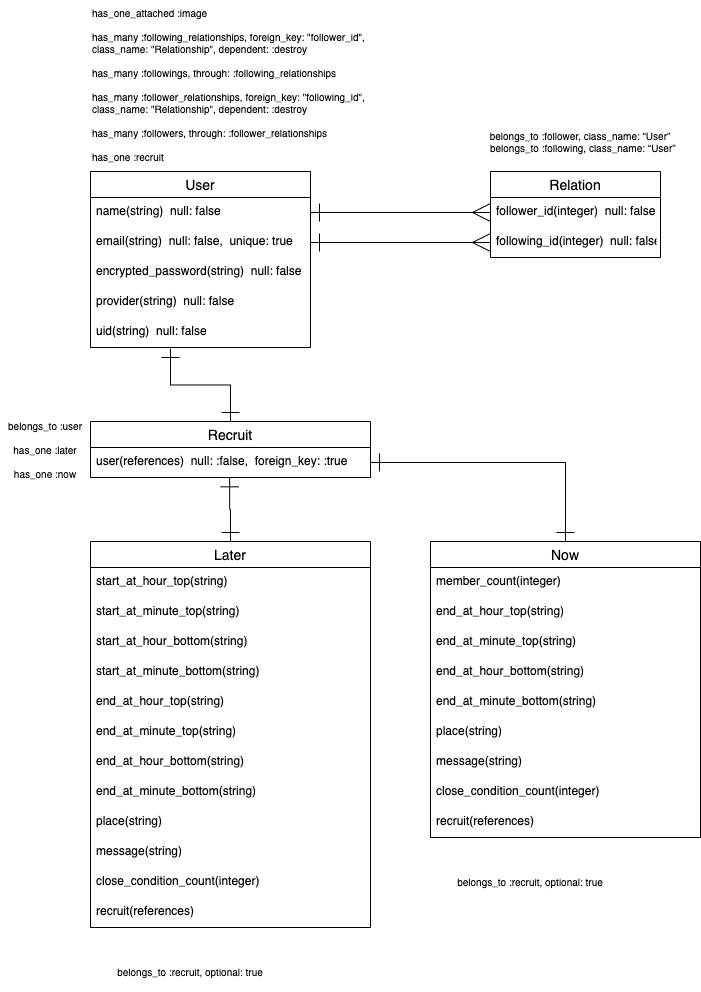
The draw.io diagram er.drawio.png in moriken4320/instakt, before a commit. Source tidied: cells renumbered, new cells last; positions are measured from the earlier drawing's top-left corner, leaving out a move shared by most shapes.
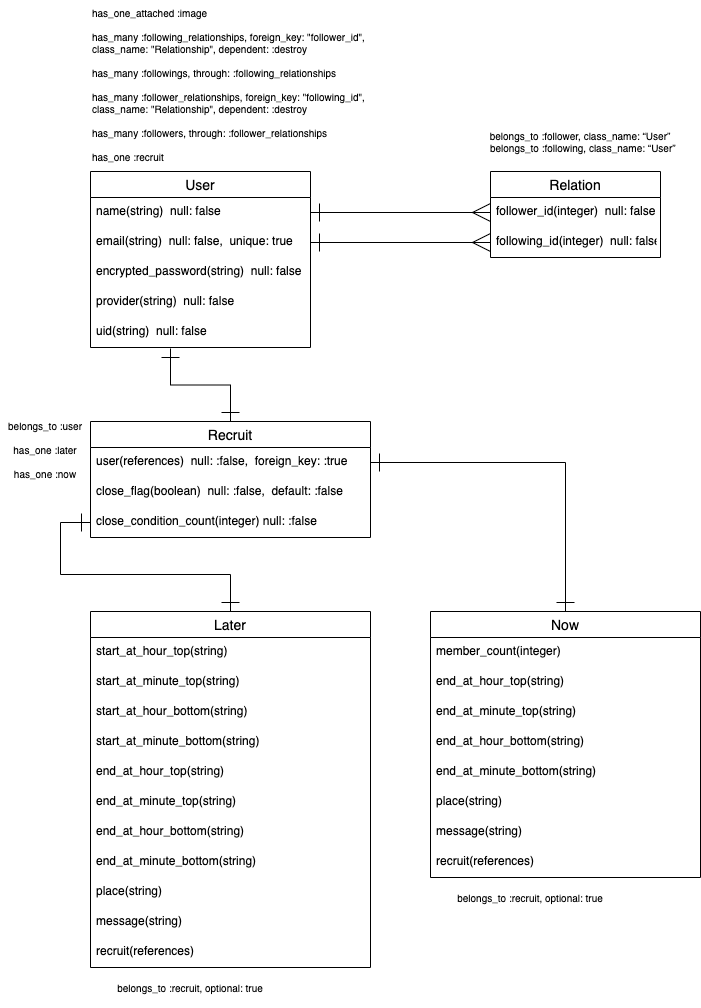
Later version of the same file.

Change to the diagram source:
```diff
@@ -19,7 +19,7 @@
         <mxPoint x="170" y="348" as="targetPoint" />
       </mxGeometry>
     </mxCell>
-    <mxCell id="7" style="edgeStyle=orthogonalEdgeStyle;rounded=0;jettySize=auto;html=1;startArrow=ERone;startFill=0;endSize=16;startSize=16;endArrow=ERone;endFill=0;exitX=0.5;exitY=0;exitDx=0;exitDy=0;entryX=0.497;entryY=1.011;entryDx=0;entryDy=0;entryPerimeter=0;" parent="1" edge="1" source="23" target="19">
+    <mxCell id="7" style="edgeStyle=orthogonalEdgeStyle;rounded=0;jettySize=auto;html=1;startArrow=ERone;startFill=0;endSize=16;startSize=16;endArrow=ERone;endFill=0;exitX=0.5;exitY=0;exitDx=0;exitDy=0;entryX=0;entryY=0.5;entryDx=0;entryDy=0;" parent="1" edge="1" source="23" target="47">
       <mxGeometry relative="1" as="geometry" />
     </mxCell>
     <mxCell id="8" style="edgeStyle=orthogonalEdgeStyle;rounded=0;jettySize=auto;html=1;startArrow=ERone;startFill=0;endSize=16;startSize=16;endArrow=ERone;endFill=0;exitX=0.5;exitY=0;exitDx=0;exitDy=0;entryX=1;entryY=0.5;entryDx=0;entryDy=0;" parent="1" edge="1" source="36" target="19">
@@ -53,22 +53,28 @@
       <mxGeometry y="56" width="170" height="30" as="geometry" />
     </mxCell>
     <mxCell id="18" value="Recruit" style="swimlane;fontStyle=0;horizontal=1;startSize=26;align=center;fontSize=14;" parent="1" vertex="1">
-      <mxGeometry x="90" y="421" width="280" height="56" as="geometry" />
+      <mxGeometry x="90" y="421" width="280" height="116" as="geometry" />
     </mxCell>
     <mxCell id="19" value="user(references)  null: :false,  foreign_key: :true" style="text;strokeColor=none;fillColor=none;spacingLeft=4;spacingRight=4;overflow=hidden;points=[[0,0.5],[1,0.5]];portConstraint=eastwest;fontSize=12;" parent="18" vertex="1">
       <mxGeometry y="26" width="280" height="30" as="geometry" />
     </mxCell>
+    <mxCell id="46" value="close_flag(boolean)  null: :false,  default: :false" style="text;strokeColor=none;fillColor=none;spacingLeft=4;spacingRight=4;overflow=hidden;fontSize=12;" parent="18" vertex="1">
+      <mxGeometry y="56" width="280" height="30" as="geometry" />
+    </mxCell>
+    <mxCell id="47" value="close_condition_count(integer) null: :false" style="text;strokeColor=none;fillColor=none;spacingLeft=4;spacingRight=4;overflow=hidden;points=[[0,0.5],[1,0.5]];portConstraint=eastwest;fontSize=12;" parent="18" vertex="1">
+      <mxGeometry y="86" width="280" height="30" as="geometry" />
+    </mxCell>
     <mxCell id="20" value="&lt;div&gt;belongs_to :user&lt;/div&gt;&lt;div&gt;&lt;br&gt;&lt;/div&gt;&lt;div&gt;has_one :later&lt;/div&gt;&lt;div&gt;&lt;br&gt;&lt;/div&gt;has_one :now" style="text;html=1;strokeColor=none;fillColor=none;align=center;verticalAlign=middle;whiteSpace=wrap;rounded=0;fontSize=10;" parent="1" vertex="1">
       <mxGeometry y="414" width="90" height="70" as="geometry" />
     </mxCell>
     <mxCell id="21" value="&lt;div&gt;belongs_to :recruit, optional: true&lt;/div&gt;" style="text;html=1;strokeColor=none;fillColor=none;align=center;verticalAlign=middle;whiteSpace=wrap;rounded=0;fontSize=10;" parent="1" vertex="1">
-      <mxGeometry x="430" y="861" width="200" height="40" as="geometry" />
+      <mxGeometry x="430" y="877" width="200" height="40" as="geometry" />
     </mxCell>
     <mxCell id="22" value="&lt;div&gt;belongs_to :recruit, optional: true&lt;/div&gt;" style="text;html=1;strokeColor=none;fillColor=none;align=center;verticalAlign=middle;whiteSpace=wrap;rounded=0;fontSize=10;" parent="1" vertex="1">
-      <mxGeometry x="90" y="951" width="200" height="40" as="geometry" />
+      <mxGeometry x="90" y="967" width="200" height="40" as="geometry" />
     </mxCell>
     <mxCell id="23" value="Later" style="swimlane;fontStyle=0;horizontal=1;startSize=26;align=center;fontSize=14;" parent="1" vertex="1">
-      <mxGeometry x="90" y="541" width="280" height="386" as="geometry" />
+      <mxGeometry x="90" y="611" width="280" height="356" as="geometry" />
     </mxCell>
     <mxCell id="24" value="start_at_hour_top(string)" style="text;strokeColor=none;fillColor=none;spacingLeft=4;spacingRight=4;overflow=hidden;fontSize=12;" parent="23" vertex="1">
       <mxGeometry y="26" width="280" height="30" as="geometry" />
@@ -100,14 +106,11 @@
     <mxCell id="33" value="message(string)" style="text;strokeColor=none;fillColor=none;spacingLeft=4;spacingRight=4;overflow=hidden;fontSize=12;" parent="23" vertex="1">
       <mxGeometry y="296" width="280" height="30" as="geometry" />
     </mxCell>
-    <mxCell id="34" value="close_condition_count(integer)" style="text;strokeColor=none;fillColor=none;spacingLeft=4;spacingRight=4;overflow=hidden;fontSize=12;" parent="23" vertex="1">
-      <mxGeometry y="326" width="280" height="30" as="geometry" />
-    </mxCell>
     <mxCell id="35" value="recruit(references)" style="text;strokeColor=none;fillColor=none;spacingLeft=4;spacingRight=4;overflow=hidden;fontSize=12;" parent="23" vertex="1">
-      <mxGeometry y="356" width="280" height="30" as="geometry" />
+      <mxGeometry y="326" width="280" height="30" as="geometry" />
     </mxCell>
     <mxCell id="36" value="Now" style="swimlane;fontStyle=0;horizontal=1;startSize=26;align=center;fontSize=14;" parent="1" vertex="1">
-      <mxGeometry x="430" y="541" width="270" height="296" as="geometry" />
+      <mxGeometry x="430" y="611" width="270" height="266" as="geometry" />
     </mxCell>
     <mxCell id="37" value="member_count(integer)" style="text;strokeColor=none;fillColor=none;spacingLeft=4;spacingRight=4;overflow=hidden;fontSize=12;" parent="36" vertex="1">
       <mxGeometry y="26" width="270" height="30" as="geometry" />
@@ -130,11 +133,8 @@
     <mxCell id="43" value="message(string)" style="text;strokeColor=none;fillColor=none;spacingLeft=4;spacingRight=4;overflow=hidden;fontSize=12;" parent="36" vertex="1">
       <mxGeometry y="206" width="270" height="30" as="geometry" />
     </mxCell>
-    <mxCell id="44" value="close_condition_count(integer)" style="text;strokeColor=none;fillColor=none;spacingLeft=4;spacingRight=4;overflow=hidden;fontSize=12;" parent="36" vertex="1">
-      <mxGeometry y="236" width="270" height="30" as="geometry" />
-    </mxCell>
     <mxCell id="45" value="recruit(references)" style="text;strokeColor=none;fillColor=none;spacingLeft=4;spacingRight=4;overflow=hidden;fontSize=12;" parent="36" vertex="1">
-      <mxGeometry y="266" width="270" height="30" as="geometry" />
+      <mxGeometry y="236" width="270" height="30" as="geometry" />
     </mxCell>
   </root>
 </mxGraphModel>
```
